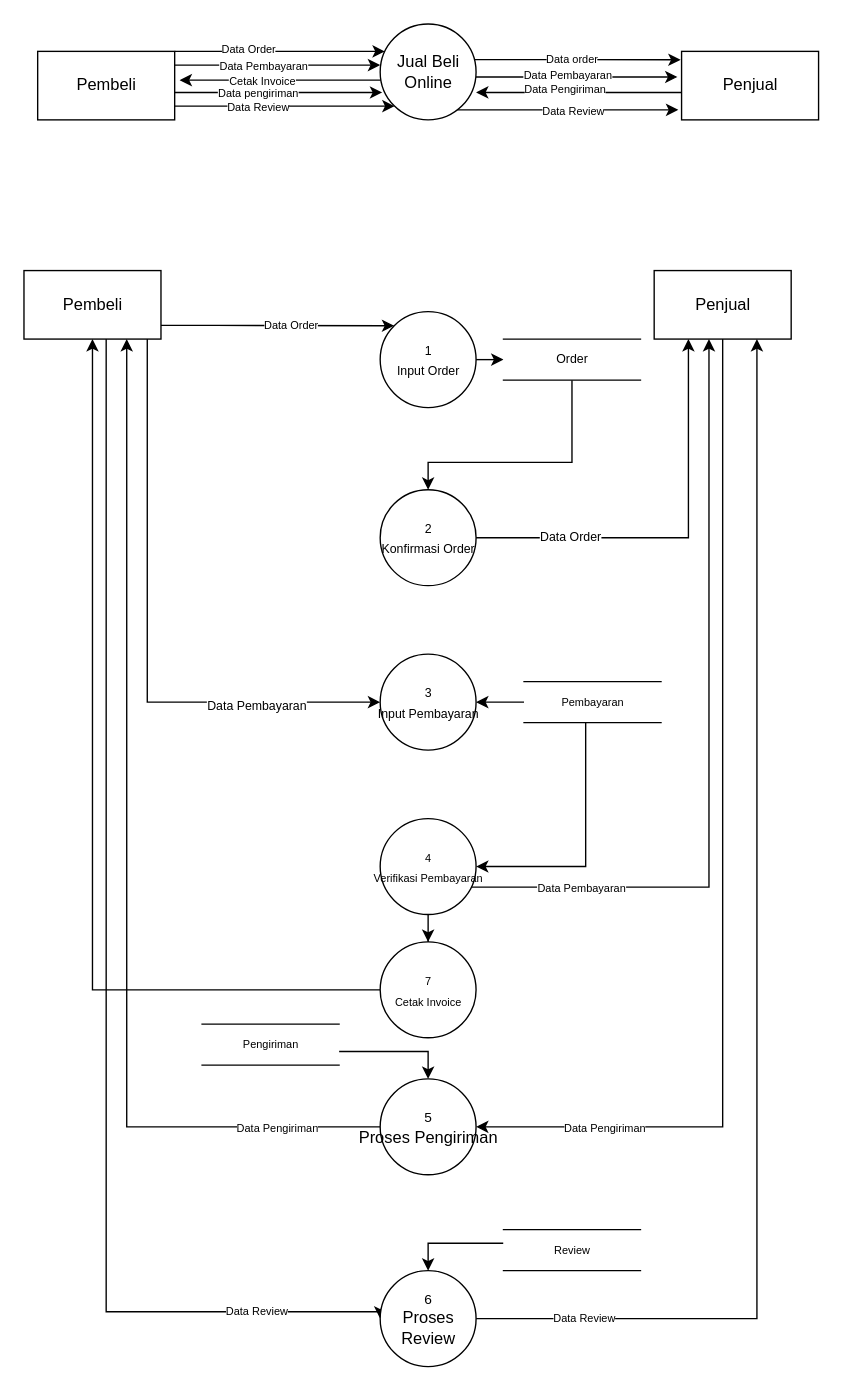
Before: Untitled Diagram.drawio in farrasrayhand/Tugas-Kuliah, a draw.io diagram. Source tidied: cells renumbered, new cells numbered last; positions are measured from the earlier drawing's top-left corner, leaving out a move shared by most shapes. Both pictures are drawn from the tidied source at 137%, with x=0, y=0 at pixel (23, 23).
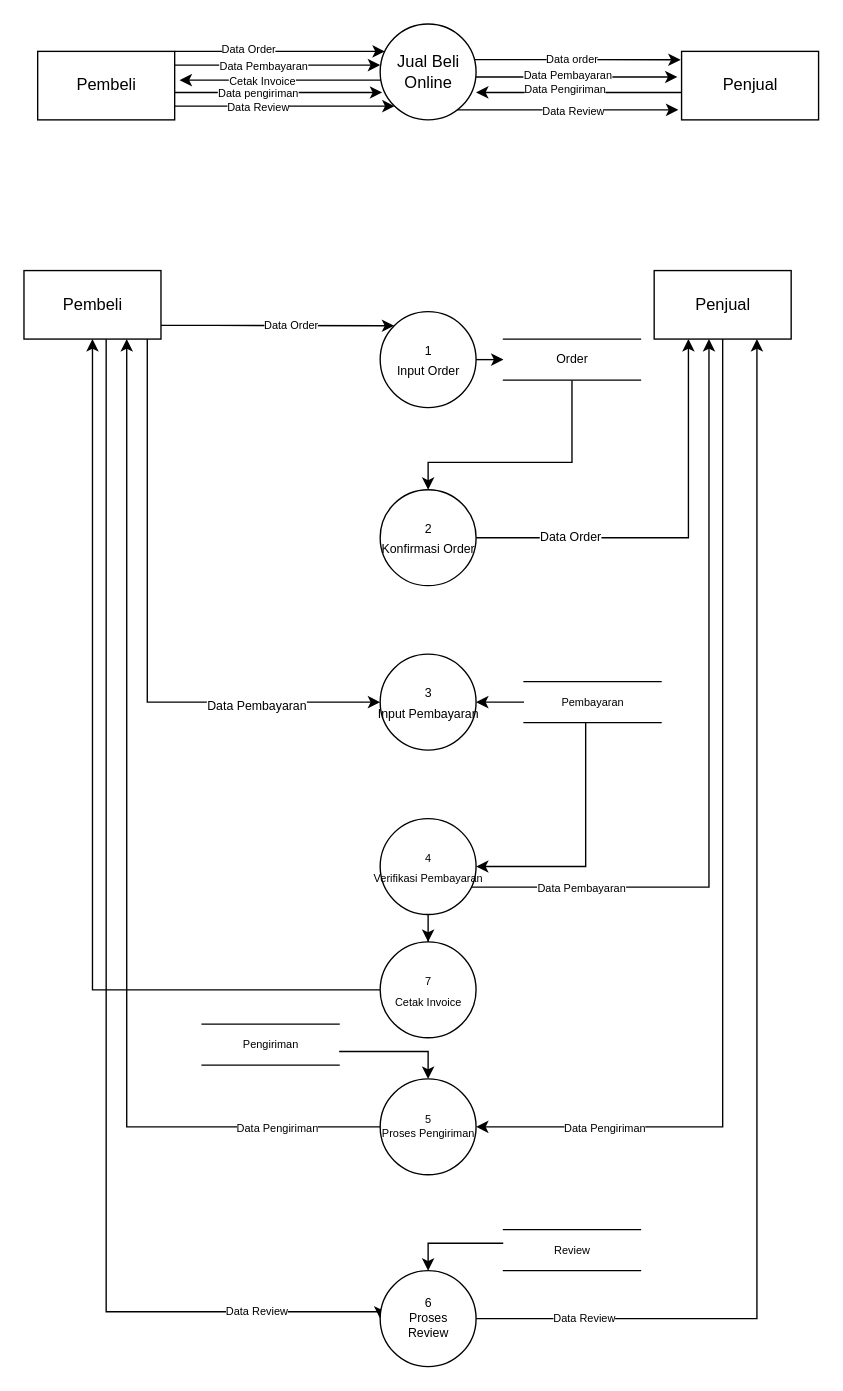
Above is the later version.

What changed in the source:
```diff
@@
-    <mxCell id="45" value="&lt;font face=&quot;helvetica&quot; size=&quot;1&quot;&gt;5&lt;br&gt;&lt;/font&gt;Proses Pengiriman" style="shape=ellipse;html=1;dashed=0;whitespace=wrap;perimeter=ellipsePerimeter;" parent="1" vertex="1">
+    <mxCell id="45" value="&lt;font face=&quot;helvetica&quot; style=&quot;font-size: 8px;&quot;&gt;5&lt;br style=&quot;font-size: 8px;&quot;&gt;&lt;/font&gt;Proses Pengiriman" style="shape=ellipse;html=1;dashed=0;whitespace=wrap;perimeter=ellipsePerimeter;fontSize=8;" parent="1" vertex="1">
       <mxGeometry x="260" y="770" width="70" height="70" as="geometry" />
     </mxCell>
@@
-    <mxCell id="55" value="&lt;font face=&quot;helvetica&quot; size=&quot;1&quot;&gt;6&lt;br&gt;&lt;/font&gt;Proses&lt;br&gt;Review" style="shape=ellipse;html=1;dashed=0;whitespace=wrap;perimeter=ellipsePerimeter;" parent="1" vertex="1">
+    <mxCell id="55" value="&lt;font face=&quot;helvetica&quot; style=&quot;font-size: 9px;&quot;&gt;6&lt;br style=&quot;font-size: 9px;&quot;&gt;&lt;/font&gt;Proses&lt;br style=&quot;font-size: 9px;&quot;&gt;Review" style="shape=ellipse;html=1;dashed=0;whitespace=wrap;perimeter=ellipsePerimeter;fontSize=9;" parent="1" vertex="1">
       <mxGeometry x="260" y="910" width="70" height="70" as="geometry" />
     </mxCell>
```
